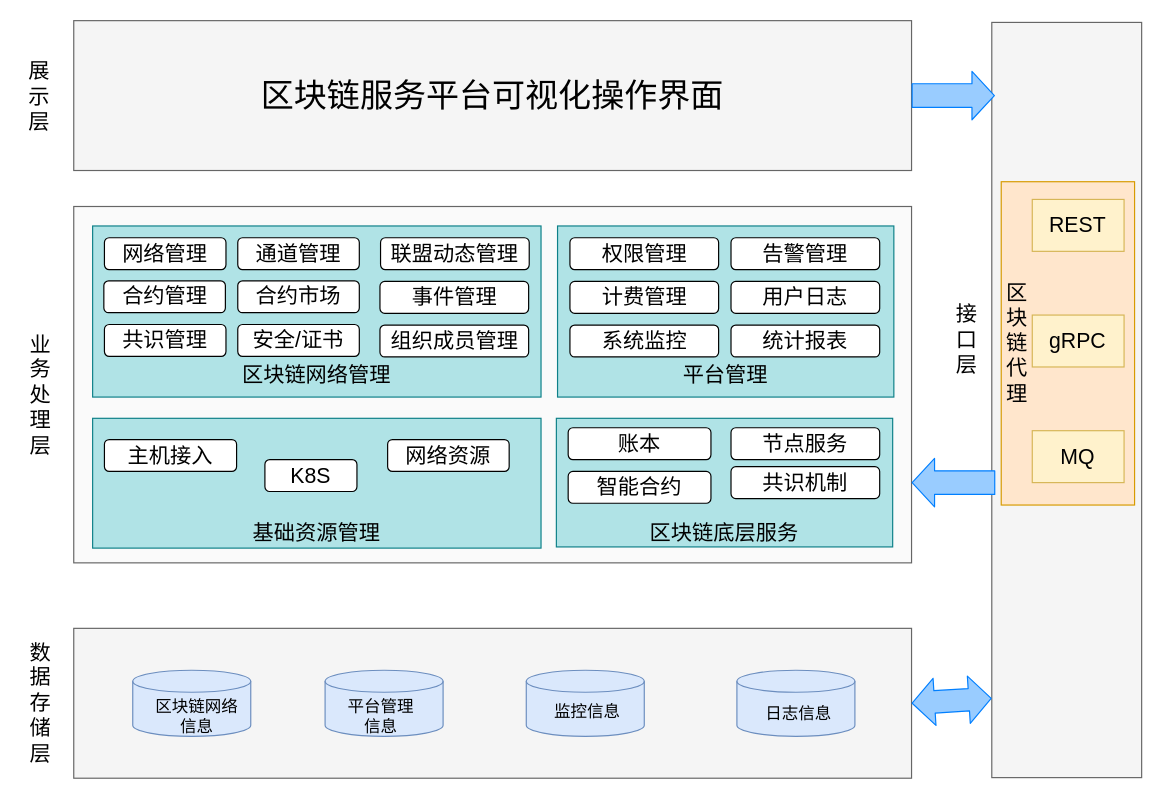
This is repository/drawio/postb/启动会ppt_逻辑架构图.drawio from dilide/collections, a draw.io file, before an edit. Source tidied: cells renumbered, new cells numbered last; positions are measured from the earlier drawing's top-left corner, leaving out a move shared by most shapes. Both pictures are drawn from the tidied source at 118%, with x=0, y=0 at pixel (20, 20).
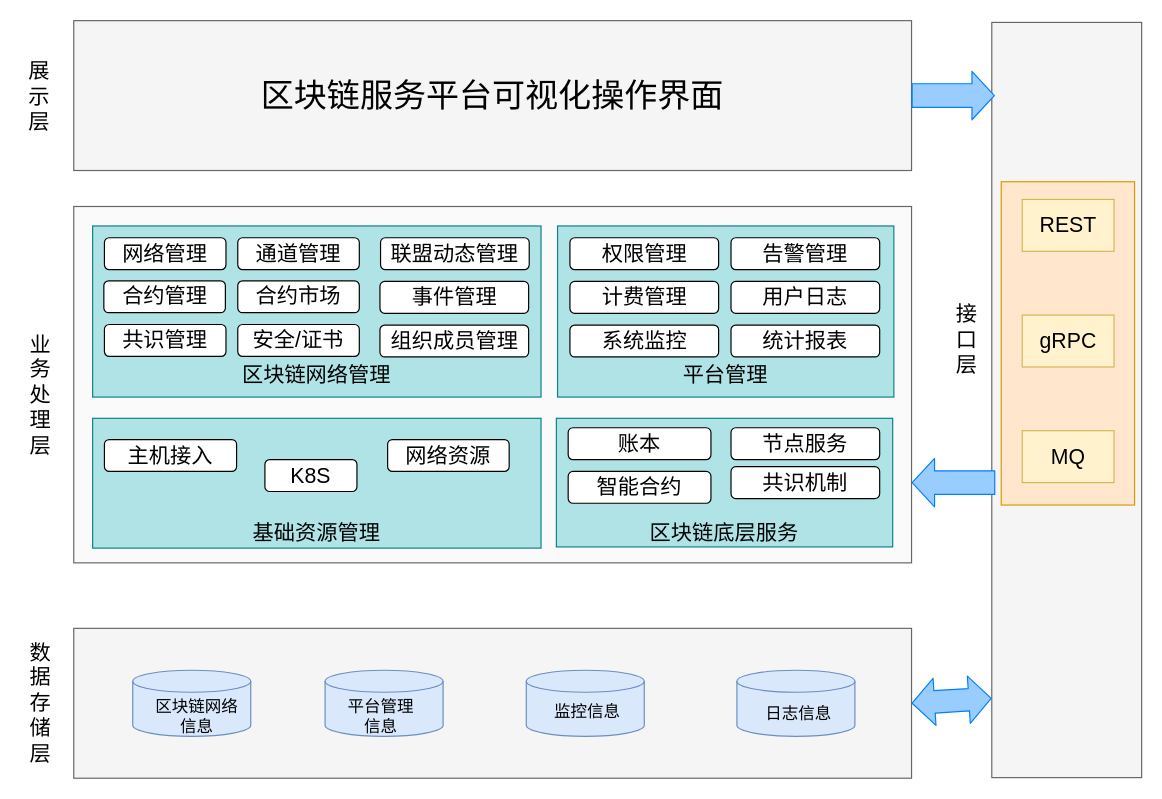
The same page after the edit.

Commit message:
Update 启动会ppt_逻辑架构图.drawio

The edit, as a diff of the source:
```diff
@@
-    <mxCell id="45" value="区块链代理" style="rounded=0;whiteSpace=wrap;html=1;strokeWidth=1;fontSize=18;align=center;strokeColor=none;fillColor=none;" parent="1" vertex="1">
-      <mxGeometry x="831" y="161.5" width="27" height="224" as="geometry" />
-    </mxCell>
     <mxCell id="46" value="REST" style="rounded=0;whiteSpace=wrap;html=1;strokeColor=#d6b656;strokeWidth=1;fillColor=#fff2cc;fontSize=18;align=center;" parent="1" vertex="1">
-      <mxGeometry x="857.3" y="151.5" width="77.8" height="44" as="geometry" />
+      <mxGeometry x="848.8" y="151.5" width="77.8" height="44" as="geometry" />
     </mxCell>
     <mxCell id="47" value="gRPC" style="rounded=0;whiteSpace=wrap;html=1;strokeColor=#d6b656;strokeWidth=1;fillColor=#fff2cc;fontSize=18;align=center;" parent="1" vertex="1">
-      <mxGeometry x="857.3" y="249.5" width="77.8" height="44" as="geometry" />
+      <mxGeometry x="848.8" y="249.5" width="77.8" height="44" as="geometry" />
     </mxCell>
     <mxCell id="48" value="MQ" style="rounded=0;whiteSpace=wrap;html=1;strokeColor=#d6b656;strokeWidth=1;fillColor=#fff2cc;fontSize=18;align=center;" parent="1" vertex="1">
-      <mxGeometry x="857.3" y="347.5" width="77.8" height="44" as="geometry" />
+      <mxGeometry x="848.8" y="347.5" width="77.8" height="44" as="geometry" />
     </mxCell>
```
